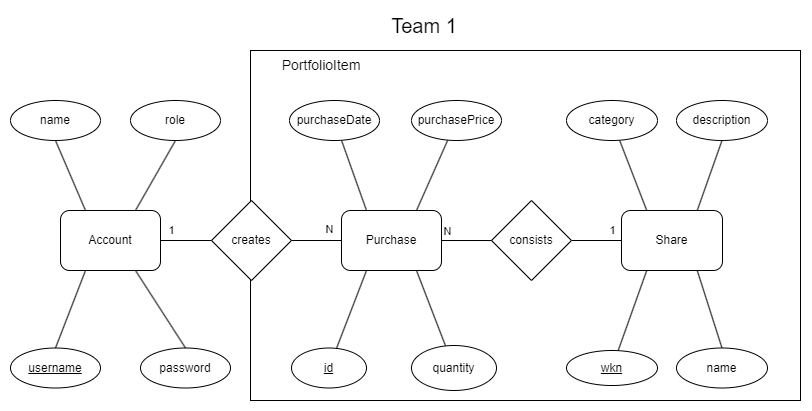
Before: ER Diagramm Sprint2 Team1.drawio.png, a diagram exported from draw.io (VakZok/financial_assets_portfolio). Source tidied: cells renumbered, new cells last; positions are measured from the earlier drawing's top-left corner, leaving out a move shared by most shapes.
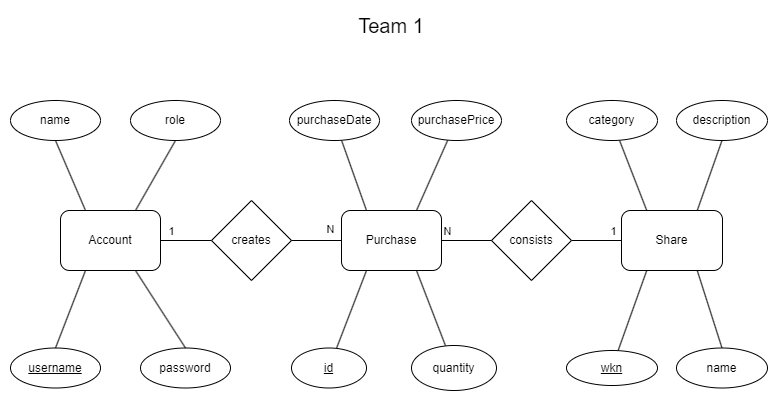
The same diagram one commit later.

Change to the diagram source:
```diff
@@ -2,9 +2,6 @@
   <root>
     <mxCell id="0" />
     <mxCell id="1" parent="0" />
-    <mxCell id="2" style="rounded=0;whiteSpace=wrap;html=1;fillColor=none;align=left;" parent="1" vertex="1">
-      <mxGeometry x="240" y="40" width="550" height="350" as="geometry" />
-    </mxCell>
     <mxCell id="3" style="rounded=0;jettySize=auto;html=1;exitX=0.75;exitY=0;exitDx=0;exitDy=0;entryX=0.5;entryY=1;entryDx=0;entryDy=0;endArrow=none;endFill=0;" parent="1" edge="1" source="4" target="18">
       <mxGeometry relative="1" as="geometry" />
     </mxCell>
@@ -84,11 +81,8 @@
       <mxGeometry x="401" y="335" width="85" height="45" as="geometry" />
     </mxCell>
     <mxCell id="27" value="&lt;div&gt;&lt;span style=&quot;background-color: initial;&quot;&gt;Team 1&lt;/span&gt;&lt;br&gt;&lt;/div&gt;" style="text;html=1;strokeColor=none;fillColor=none;align=center;verticalAlign=middle;whiteSpace=wrap;rounded=0;fontSize=20;" parent="1" vertex="1">
-      <mxGeometry x="244" width="340" height="30" as="geometry" />
+      <mxGeometry x="211" width="340" height="30" as="geometry" />
     </mxCell>
-    <mxCell id="28" value="PortfolioItem" style="text;html=1;strokeColor=none;fillColor=none;align=center;verticalAlign=middle;whiteSpace=wrap;rounded=0;fontSize=14;" parent="1" vertex="1">
-      <mxGeometry x="271" y="40" width="80" height="30" as="geometry" />
-    </mxCell>
     <mxCell id="29" value="Account" style="rounded=1;whiteSpace=wrap;html=1;" parent="1" vertex="1">
       <mxGeometry x="50" y="200" width="100" height="60" as="geometry" />
     </mxCell>
```
